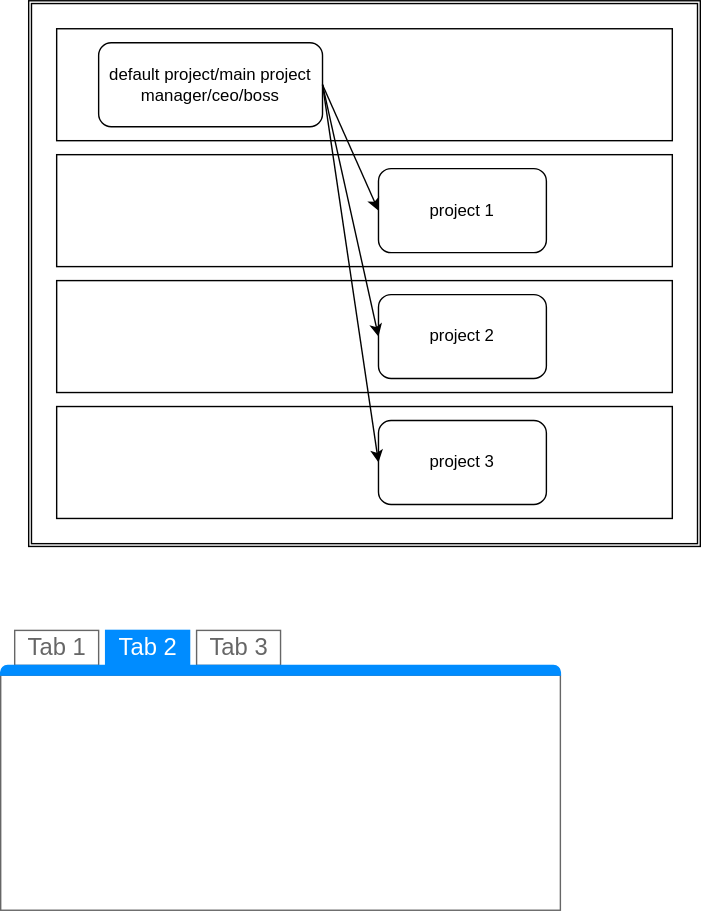
Above: .drafts/release.drawio.svg in teratron/cronus (draw.io), before the change. Source tidied: cells renumbered, new cells last; positions are measured from the earlier drawing's top-left corner, leaving out a move shared by most shapes.
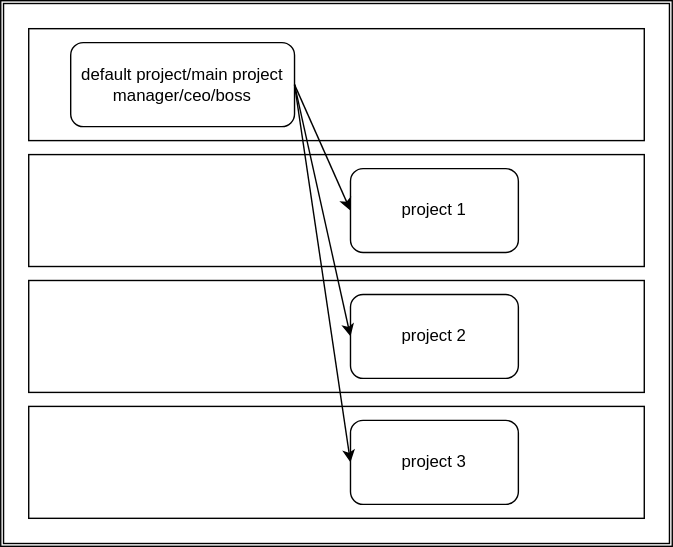
Later version of the same file.

The edit, as a diff of the source:
```diff
@@ -41,28 +41,5 @@
       <mxGeometry relative="1" as="geometry" />
     </mxCell>
     <mxCell id="16" value="Untitled Layer" parent="0" />
-    <mxCell id="17" style="strokeWidth=1;shadow=0;dashed=0;align=center;html=1;shape=mxgraph.mockup.containers.marginRect2;rectMarginTop=32;strokeColor=#666666;gradientColor=none;" parent="16" vertex="1">
-      <mxGeometry y="450" width="400" height="200" as="geometry" />
-    </mxCell>
-    <mxCell id="18" value="Tab 1" style="strokeColor=inherit;fillColor=inherit;gradientColor=inherit;strokeWidth=1;shadow=0;dashed=0;align=center;html=1;shape=mxgraph.mockup.containers.rrect;rSize=0;fontSize=17;fontColor=#666666;gradientColor=none;" parent="17" vertex="1">
-      <mxGeometry width="60" height="25" relative="1" as="geometry">
-        <mxPoint x="10" as="offset" />
-      </mxGeometry>
-    </mxCell>
-    <mxCell id="19" value="Tab 2" style="strokeWidth=1;shadow=0;dashed=0;align=center;html=1;shape=mxgraph.mockup.containers.rrect;rSize=0;fontSize=17;fontColor=#ffffff;strokeColor=#008cff;fillColor=#008cff;" parent="17" vertex="1">
-      <mxGeometry width="60" height="25" relative="1" as="geometry">
-        <mxPoint x="75" as="offset" />
-      </mxGeometry>
-    </mxCell>
-    <mxCell id="20" value="Tab 3" style="strokeColor=inherit;fillColor=inherit;gradientColor=inherit;strokeWidth=1;shadow=0;dashed=0;align=center;html=1;shape=mxgraph.mockup.containers.rrect;rSize=0;fontSize=17;fontColor=#666666;gradientColor=none;" parent="17" vertex="1">
-      <mxGeometry width="60" height="25" relative="1" as="geometry">
-        <mxPoint x="140" as="offset" />
-      </mxGeometry>
-    </mxCell>
-    <mxCell id="21" style="strokeWidth=1;shadow=0;dashed=0;align=center;html=1;shape=mxgraph.mockup.containers.topButton;rSize=5;strokeColor=#008cff;fillColor=#008cff;gradientColor=none;" parent="17" vertex="1">
-      <mxGeometry width="400" height="7" relative="1" as="geometry">
-        <mxPoint y="25" as="offset" />
-      </mxGeometry>
-    </mxCell>
   </root>
 </mxGraphModel>
```
